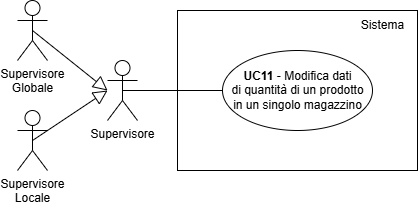
Before: documents/rtb/assets/UC11.png, a diagram exported from draw.io (teamcodealchemists/docs). Source tidied: cells renumbered, new cells last; positions are measured from the earlier drawing's top-left corner, leaving out a move shared by most shapes.
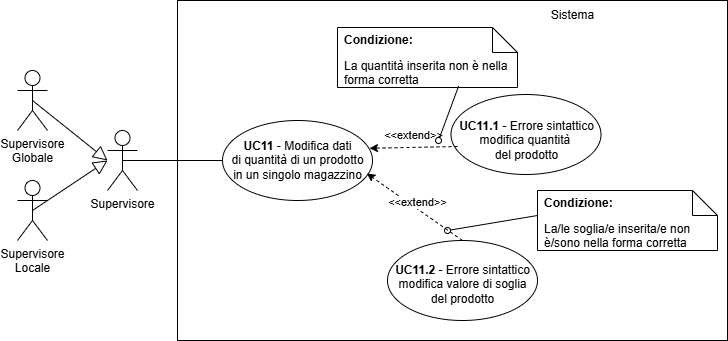
The same diagram one commit later.

Diff of the diagram source:
```diff
@@ -3,10 +3,10 @@
     <mxCell id="0" />
     <mxCell id="1" parent="0" />
     <mxCell id="2" style="rounded=0;whiteSpace=wrap;html=1;" parent="1" vertex="1">
-      <mxGeometry x="160" y="10" width="240" height="160" as="geometry" />
+      <mxGeometry x="160" y="-70" width="550" height="340" as="geometry" />
     </mxCell>
     <mxCell id="3" value="Sistema" style="text;html=1;align=center;verticalAlign=middle;strokeColor=none;fillColor=none;" parent="1" vertex="1">
-      <mxGeometry x="330" y="10" width="70" height="30" as="geometry" />
+      <mxGeometry x="520" y="-70" width="70" height="30" as="geometry" />
     </mxCell>
     <mxCell id="4" style="ellipse;whiteSpace=wrap;html=1;fontStyle=1;" parent="1" vertex="1">
       <mxGeometry x="205" y="50" width="150" height="80" as="geometry" />
@@ -36,5 +36,57 @@
         <mxPoint x="90" y="90" as="targetPoint" />
       </mxGeometry>
     </mxCell>
+    <mxCell id="12" style="ellipse;whiteSpace=wrap;html=1;fontStyle=1;" parent="1" vertex="1">
+      <mxGeometry x="433.5" y="24" width="150" height="80" as="geometry" />
+    </mxCell>
+    <mxCell id="13" value="&lt;b&gt;UC11.1&amp;nbsp;&lt;/b&gt;- Errore sintattico&lt;div&gt;modifica quantità&amp;nbsp;&lt;/div&gt;&lt;div&gt;del prodotto&lt;/div&gt;" style="text;html=1;align=center;verticalAlign=middle;strokeColor=none;fillColor=none;" parent="1" vertex="1">
+      <mxGeometry x="428.5" y="40" width="160" height="60" as="geometry" />
+    </mxCell>
+    <mxCell id="14" style="ellipse;whiteSpace=wrap;html=1;fontStyle=1;" parent="1" vertex="1">
+      <mxGeometry x="370" y="170" width="150" height="80" as="geometry" />
+    </mxCell>
+    <mxCell id="15" value="&lt;b&gt;UC11.2&amp;nbsp;&lt;/b&gt;- Errore sintattico&lt;div&gt;modifica valore di soglia&lt;/div&gt;&lt;div&gt;del prodotto&lt;/div&gt;" style="text;html=1;align=center;verticalAlign=middle;strokeColor=none;fillColor=none;" parent="1" vertex="1">
+      <mxGeometry x="365" y="184" width="160" height="60" as="geometry" />
+    </mxCell>
+    <mxCell id="16" style="rounded=0;jettySize=auto;html=1;entryX=0.98;entryY=0.347;entryDx=0;entryDy=0;dashed=1;entryPerimeter=0;" parent="1" edge="1" target="4">
+      <mxGeometry relative="1" as="geometry">
+        <mxPoint x="440" y="76" as="sourcePoint" />
+      </mxGeometry>
+    </mxCell>
+    <mxCell id="17" value="&amp;lt;&amp;lt;extend&amp;gt;&amp;gt;" style="edgeLabel;html=1;align=center;verticalAlign=middle;" parent="16" vertex="1">
+      <mxGeometry x="-0.17" y="-3" relative="1" as="geometry">
+        <mxPoint x="-8" y="-9" as="offset" />
+      </mxGeometry>
+    </mxCell>
+    <mxCell id="18" style="rounded=0;jettySize=auto;html=1;entryX=0.962;entryY=0.662;entryDx=0;entryDy=0;dashed=1;exitX=0.5;exitY=0;exitDx=0;exitDy=0;entryPerimeter=0;" parent="1" edge="1" source="14" target="4">
+      <mxGeometry relative="1" as="geometry" />
+    </mxCell>
+    <mxCell id="19" value="&amp;lt;&amp;lt;extend&amp;gt;&amp;gt;" style="edgeLabel;html=1;align=center;verticalAlign=middle;" parent="18" vertex="1">
+      <mxGeometry x="-0.17" y="-3" relative="1" as="geometry">
+        <mxPoint x="-8" y="-9" as="offset" />
+      </mxGeometry>
+    </mxCell>
+    <mxCell id="20" value="La quantità inserita non è nella forma corretta" style="shape=note2;boundedLbl=1;whiteSpace=wrap;html=1;size=25;verticalAlign=top;align=left;spacingLeft=5;" parent="1" vertex="1">
+      <mxGeometry x="320" y="-43" width="180" height="60" as="geometry" />
+    </mxCell>
+    <mxCell id="21" value="&lt;b&gt;Condizione:&lt;/b&gt;" style="strokeColor=none;fillColor=none;align=left;spacingLeft=5;whiteSpace=wrap;html=1;" parent="20" vertex="1">
+      <mxGeometry width="180" height="25" relative="1" as="geometry" />
+    </mxCell>
+    <mxCell id="22" style="rounded=0;jettySize=auto;html=1;endArrow=oval;endFill=0;exitX=0.673;exitY=0.976;exitDx=0;exitDy=0;exitPerimeter=0;" parent="1" edge="1" source="20">
+      <mxGeometry relative="1" as="geometry">
+        <mxPoint x="421" y="70" as="targetPoint" />
+      </mxGeometry>
+    </mxCell>
+    <mxCell id="23" value="La/le soglia/e inserita/e non è/sono nella forma corretta" style="shape=note2;boundedLbl=1;whiteSpace=wrap;html=1;size=25;verticalAlign=top;align=left;spacingLeft=5;" parent="1" vertex="1">
+      <mxGeometry x="520" y="120" width="180" height="60" as="geometry" />
+    </mxCell>
+    <mxCell id="24" value="&lt;b&gt;Condizione:&lt;/b&gt;" style="strokeColor=none;fillColor=none;align=left;spacingLeft=5;whiteSpace=wrap;html=1;" parent="23" vertex="1">
+      <mxGeometry width="180" height="25" relative="1" as="geometry" />
+    </mxCell>
+    <mxCell id="25" style="rounded=0;jettySize=auto;html=1;endArrow=oval;endFill=0;exitX=0;exitY=1;exitDx=0;exitDy=0;" parent="1" edge="1" source="24">
+      <mxGeometry relative="1" as="geometry">
+        <mxPoint x="430" y="160" as="targetPoint" />
+      </mxGeometry>
+    </mxCell>
   </root>
 </mxGraphModel>
```
